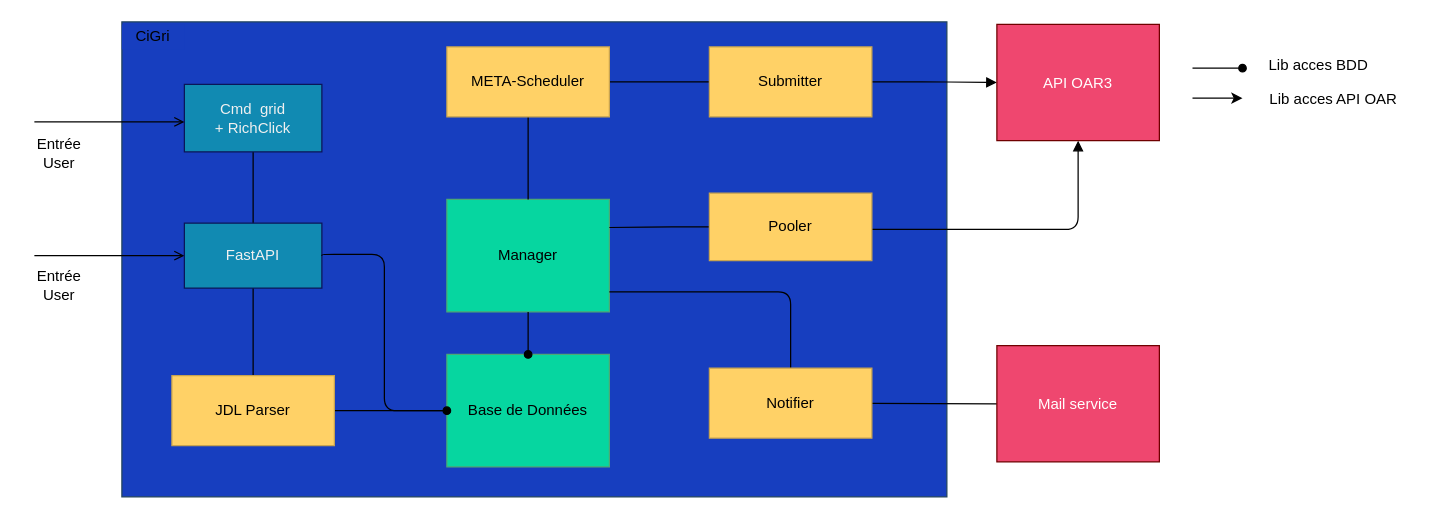
2023-2024-PROJET-S10-G10/docs keeps this draw.io diagram as docs/img/diagram/architecture_cigri_v4.drawio. Above is the earlier version. Source tidied: cells renumbered, new cells numbered last; positions are measured from the earlier drawing's top-left corner, leaving out a move shared by most shapes. Both pictures are drawn from the tidied source at 125%, with x=0, y=0 at pixel (21, 21).
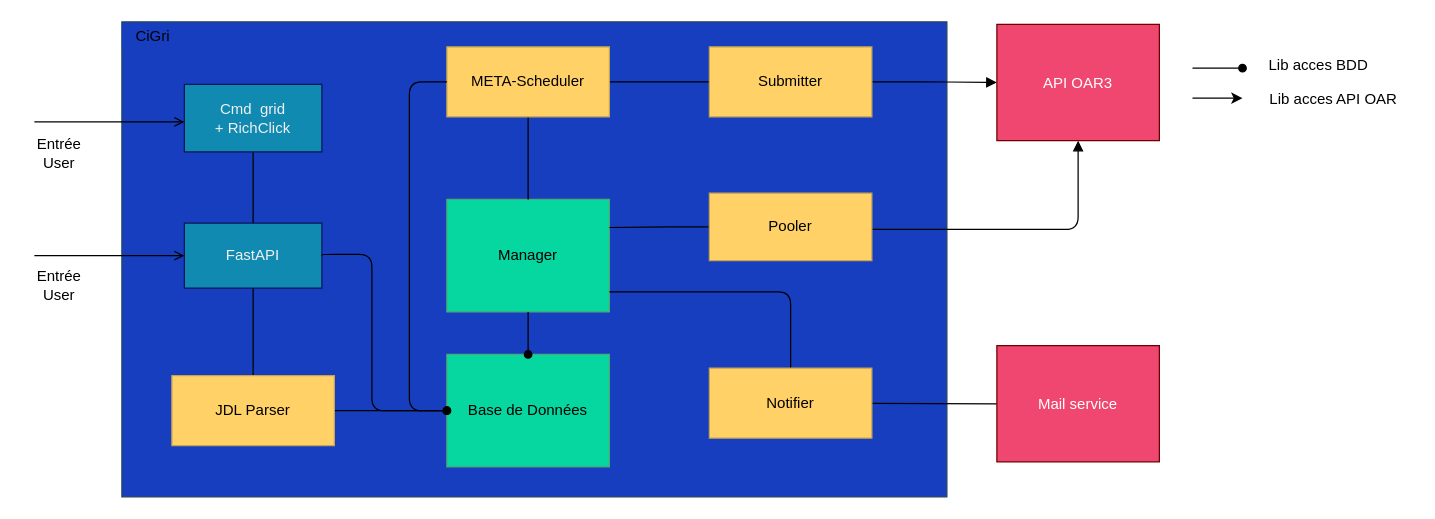
The same diagram, later.

Commit message:
Docs: create the link between the META scheduler and the database

The change refers to these unchanged cells:
```xml
<mxCell id="9" value="&lt;font color=&quot;#000000&quot;&gt;META-Scheduler&lt;/font&gt;" style="rounded=0;whiteSpace=wrap;html=1;fillColor=#ffd166;fontColor=#ffffff;strokeColor=#C7A350;" parent="1" vertex="1">
  <mxGeometry x="340" y="20" width="130" height="56" as="geometry" />
</mxCell>
<mxCell id="15" value="&lt;font color=&quot;#f0f0f0&quot;&gt;FastAPI&lt;/font&gt;" style="rounded=0;whiteSpace=wrap;html=1;fillColor=#118ab2;fontColor=#ffffff;strokeColor=#0A1657;" parent="1" vertex="1">
  <mxGeometry x="130" y="161" width="110" height="52" as="geometry" />
</mxCell>
<mxCell id="32" value="&lt;font color=&quot;#000000&quot;&gt;Base de Données&lt;/font&gt;" style="rounded=0;whiteSpace=wrap;html=1;fillColor=#06d6a0;fontColor=#ffffff;strokeColor=#4ca974;" parent="1" vertex="1">
  <mxGeometry x="340" y="266" width="130" height="90" as="geometry" />
</mxCell>
```

The edit, as a diff of the source:
```diff
@@
     <mxCell id="34" style="edgeStyle=orthogonalEdgeStyle;html=1;fontColor=#000000;endArrow=oval;endFill=1;exitX=1;exitY=0.5;exitDx=0;exitDy=0;entryX=0;entryY=0.5;entryDx=0;entryDy=0;" parent="1" edge="1" source="15" target="32">
       <mxGeometry relative="1" as="geometry">
         <Array as="points">
           <mxPoint x="240" y="186" />
-          <mxPoint x="290" y="186" />
-          <mxPoint x="290" y="311" />
+          <mxPoint x="280" y="186" />
+          <mxPoint x="280" y="311" />
         </Array>
       </mxGeometry>
     </mxCell>
@@
+    <mxCell id="36" style="edgeStyle=orthogonalEdgeStyle;html=1;fontColor=#000000;endArrow=oval;endFill=1;exitX=0;exitY=0.5;exitDx=0;exitDy=0;entryX=0;entryY=0.5;entryDx=0;entryDy=0;" parent="1" edge="1" source="9" target="32">
+      <mxGeometry relative="1" as="geometry">
+        <Array as="points">
+          <mxPoint x="310" y="48" />
+          <mxPoint x="310" y="311" />
+        </Array>
+      </mxGeometry>
+    </mxCell>
```
